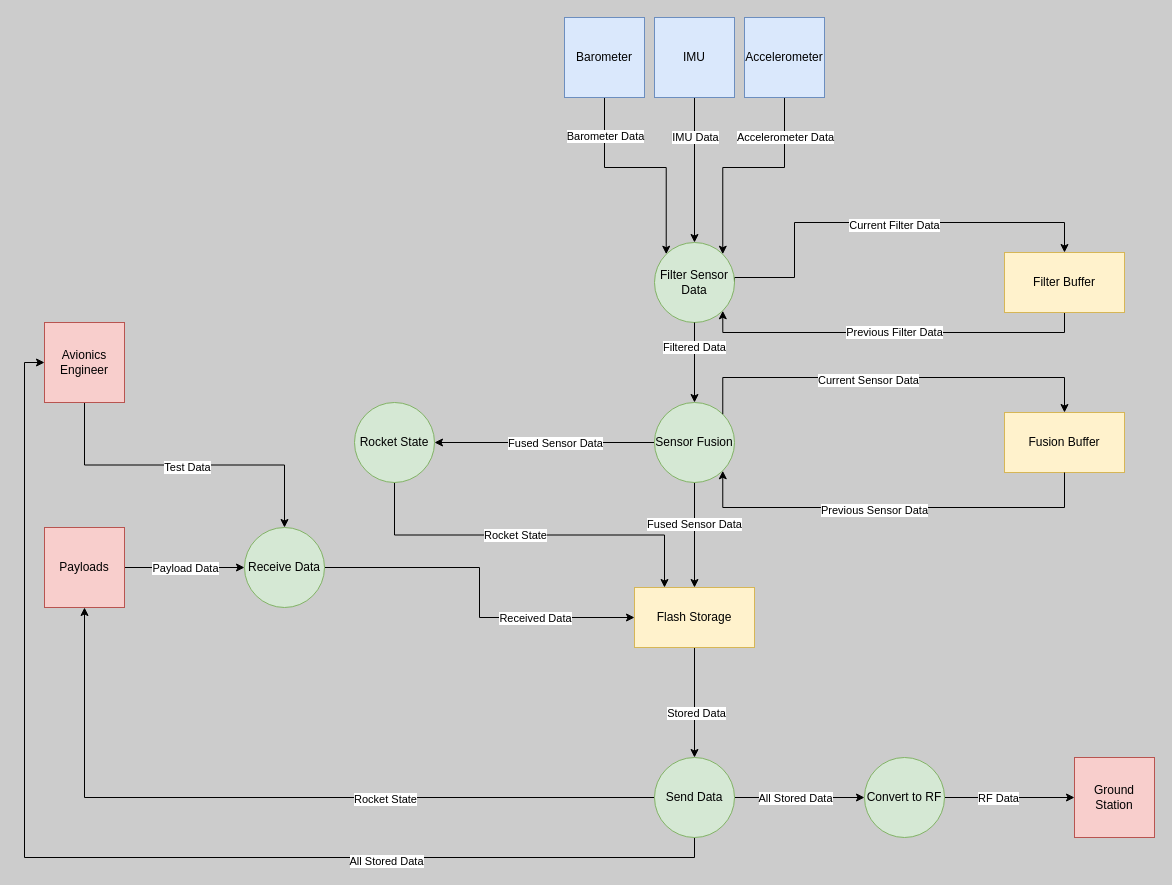
Above: page "Data Flow - 1" (3 of 3) of Untitled Diagram.drawio in ckeer0/Personal-Projects (draw.io), before the change. Source tidied: cells renumbered, new cells numbered last; positions are measured from the earlier drawing's top-left corner, leaving out a move shared by most shapes. Both pictures are drawn from the tidied source at 100%, with x=0, y=0 at pixel (44, 17).
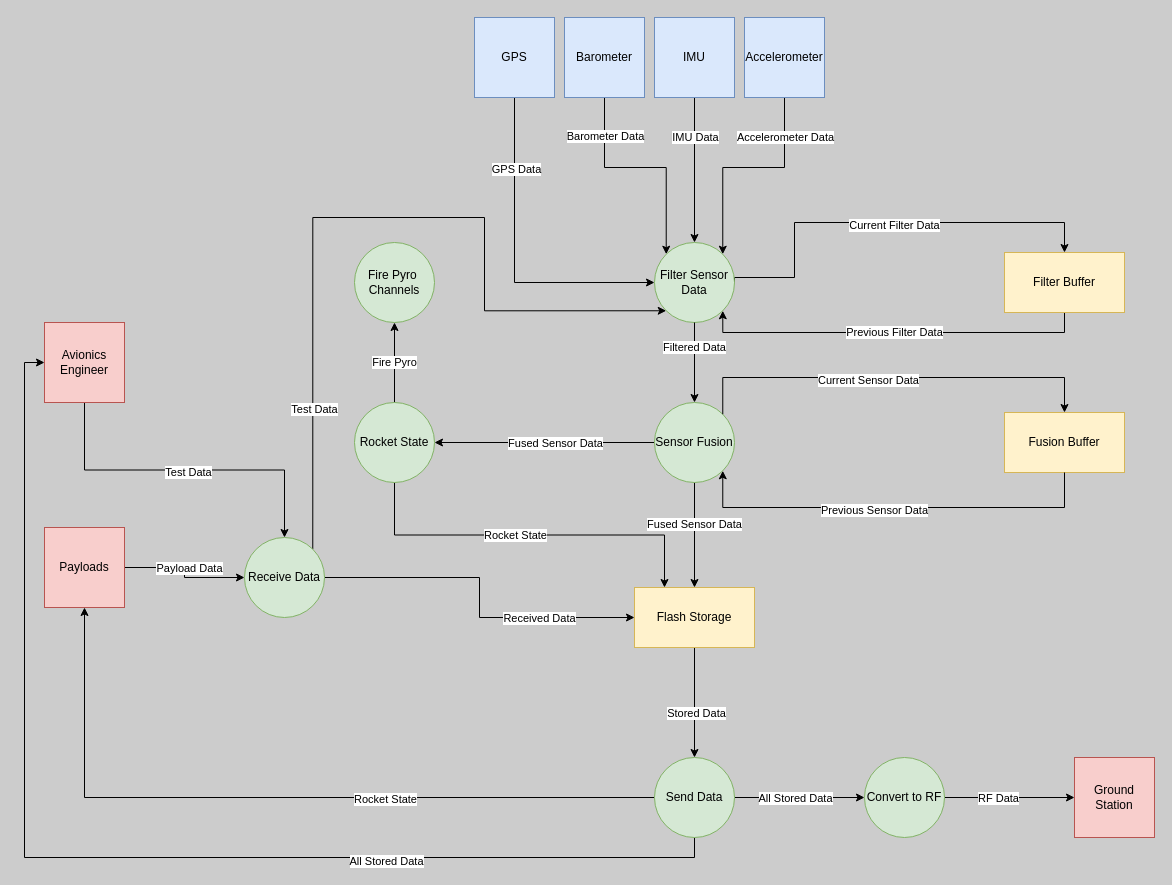
After the change.

The change refers to these unchanged cells:
```xml
<mxCell id="8" value="Filter Sensor Data" style="ellipse;whiteSpace=wrap;html=1;fillColor=#d5e8d4;strokeColor=#82b366;" parent="1" vertex="1">
  <mxGeometry x="610" y="225" width="80" height="80" as="geometry" />
</mxCell>
<mxCell id="44" value="Rocket State" style="ellipse;whiteSpace=wrap;html=1;fillColor=#d5e8d4;strokeColor=#82b366;" parent="1" vertex="1">
  <mxGeometry x="310" y="385" width="80" height="80" as="geometry" />
</mxCell>
```

Change to the diagram source:
```diff
@@
+    <mxCell id="54" style="edgeStyle=orthogonalEdgeStyle;rounded=0;jettySize=auto;html=1;exitX=1;exitY=0;exitDx=0;exitDy=0;entryX=0;entryY=1;entryDx=0;entryDy=0;" parent="1" edge="1" source="27" target="8">
+      <mxGeometry relative="1" as="geometry">
+        <Array as="points">
+          <mxPoint x="268" y="200" />
+          <mxPoint x="440" y="200" />
+          <mxPoint x="440" y="293" />
+        </Array>
+      </mxGeometry>
+    </mxCell>
+    <mxCell id="55" value="Test Data" style="edgeLabel;html=1;align=center;verticalAlign=middle;" parent="54" vertex="1">
+      <mxGeometry x="-0.64" y="-1" relative="1" as="geometry" />
+    </mxCell>
     <mxCell id="27" value="Receive Data" style="ellipse;whiteSpace=wrap;html=1;fillColor=#d5e8d4;strokeColor=#82b366;" parent="1" vertex="1">
-      <mxGeometry x="200" y="510" width="80" height="80" as="geometry" />
+      <mxGeometry x="200" y="520" width="80" height="80" as="geometry" />
     </mxCell>
@@
+    <mxCell id="56" value="Fire Pyro" style="edgeStyle=orthogonalEdgeStyle;rounded=0;jettySize=auto;html=1;exitX=0.5;exitY=0;exitDx=0;exitDy=0;entryX=0.5;entryY=1;entryDx=0;entryDy=0;" parent="1" edge="1" source="44" target="57">
+      <mxGeometry relative="1" as="geometry" />
+    </mxCell>
@@
+    <mxCell id="57" value="Fire Pyro&amp;nbsp;&lt;br&gt;Channels" style="ellipse;whiteSpace=wrap;html=1;fillColor=#d5e8d4;strokeColor=#82b366;" parent="1" vertex="1">
+      <mxGeometry x="310" y="225" width="80" height="80" as="geometry" />
+    </mxCell>
+    <mxCell id="58" style="edgeStyle=orthogonalEdgeStyle;rounded=0;jettySize=auto;html=1;exitX=0.5;exitY=1;exitDx=0;exitDy=0;entryX=0;entryY=0.5;entryDx=0;entryDy=0;" parent="1" edge="1" source="60" target="8">
+      <mxGeometry relative="1" as="geometry" />
+    </mxCell>
+    <mxCell id="59" value="GPS Data" style="edgeLabel;html=1;align=center;verticalAlign=middle;" parent="58" vertex="1">
+      <mxGeometry x="-0.56" y="1" relative="1" as="geometry" />
+    </mxCell>
+    <mxCell id="60" value="GPS" style="whiteSpace=wrap;html=1;fillColor=#dae8fc;strokeColor=#6c8ebf;" parent="1" vertex="1">
+      <mxGeometry x="430" width="80" height="80" as="geometry" />
+    </mxCell>
```
